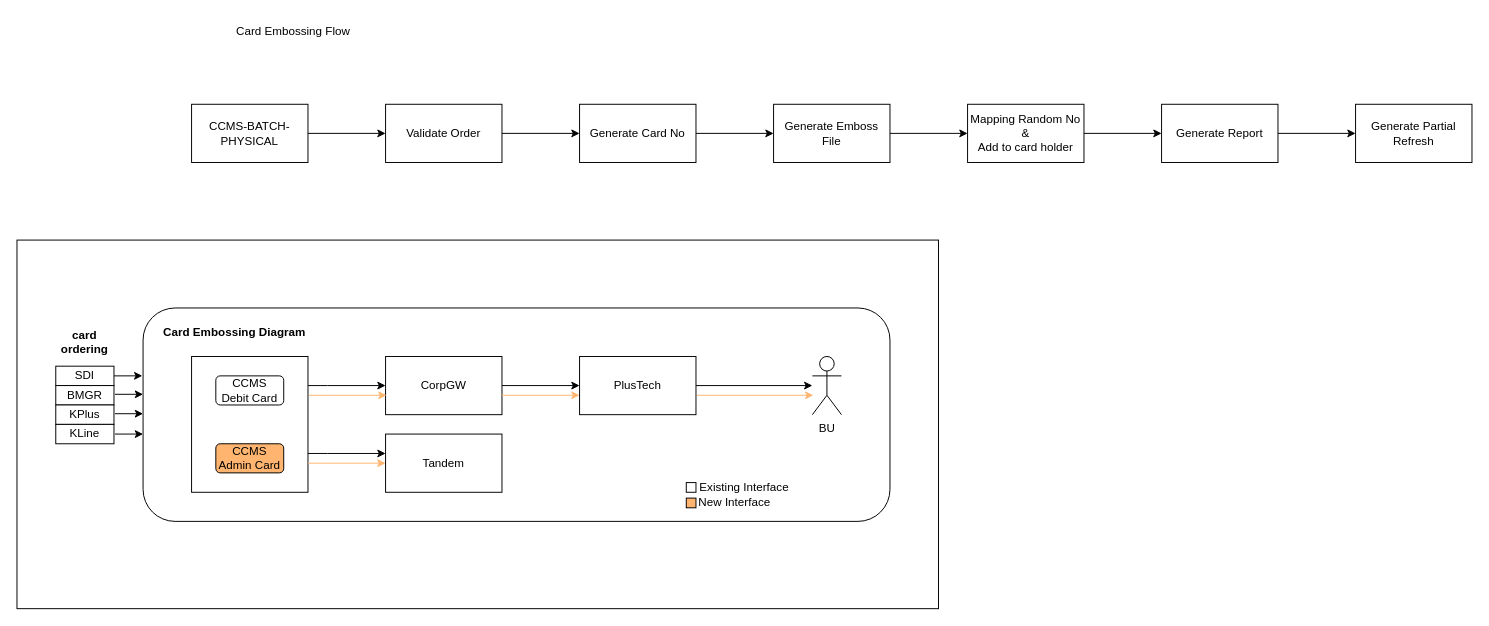
Above: CCMS_Project.drawio in chawaratr/drawio (draw.io), before the change. Source tidied: cells renumbered, new cells numbered last; positions are measured from the earlier drawing's top-left corner, leaving out a move shared by most shapes. Both pictures are drawn from the tidied source at 97%, with x=0, y=0 at pixel (16, 16).
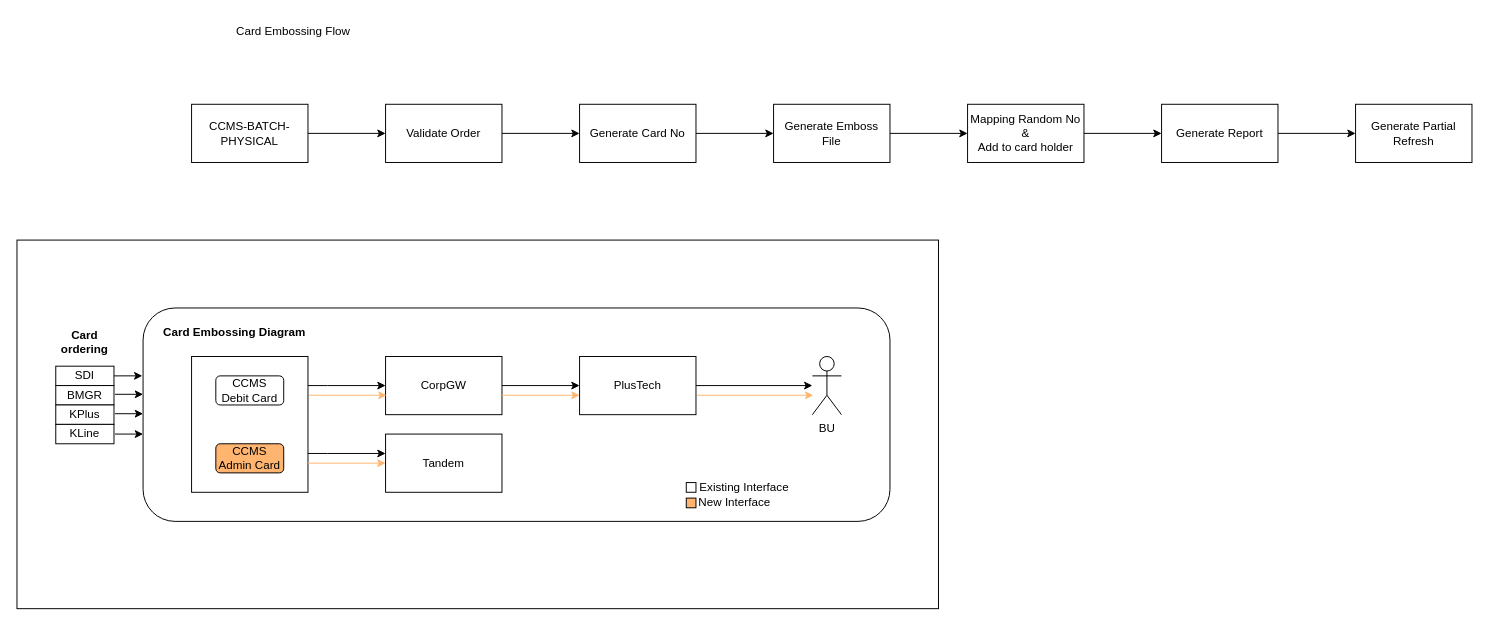
The same page after the edit.

Commit message:
rename card ordering

Change to the diagram source:
```diff
@@
-    <mxCell id="46" value="card ordering" style="text;html=1;align=center;verticalAlign=middle;whiteSpace=wrap;rounded=0;fontStyle=1;" parent="1" vertex="1">
+    <mxCell id="46" value="Card ordering" style="text;html=1;align=center;verticalAlign=middle;whiteSpace=wrap;rounded=0;fontStyle=1;" parent="1" vertex="1">
       <mxGeometry x="40" y="320" width="60" height="30" as="geometry" />
     </mxCell>
```
